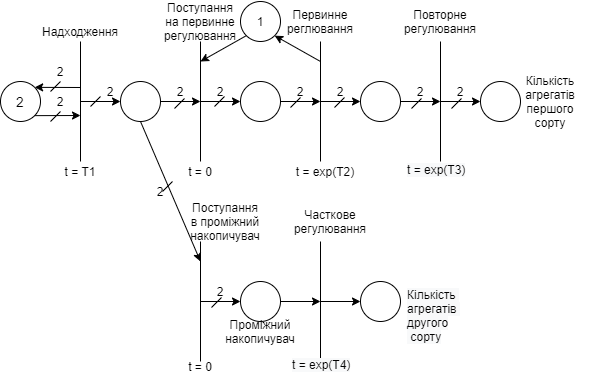
Earlier version of the draw.io export course work schema.png (ojdmytruk/SystemModeling_sem7). Source tidied: cells renumbered, new cells last; positions are measured from the earlier drawing's top-left corner, leaving out a move shared by most shapes.
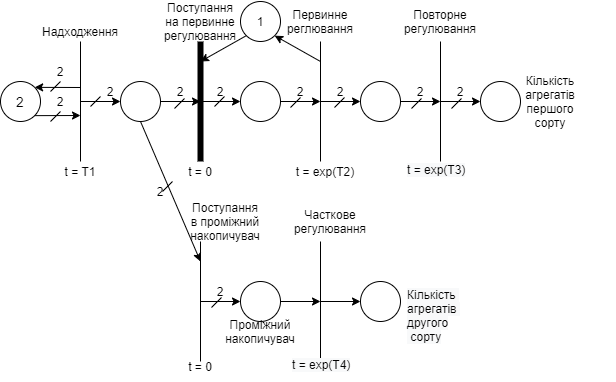
Above is the later version.

Commit message:
поставлен приоритет на перв. регулировку

The edit, as a diff of the source:
```diff
@@ -47,7 +47,7 @@
         <mxPoint x="200" y="100" as="targetPoint" />
       </mxGeometry>
     </mxCell>
-    <mxCell id="11" style="endArrow=none;html=1;" parent="1" edge="1">
+    <mxCell id="11" style="endArrow=none;html=1;strokeWidth=6;" parent="1" edge="1">
       <mxGeometry relative="1" as="geometry">
         <mxPoint x="200" y="160" as="sourcePoint" />
         <mxPoint x="200" y="40" as="targetPoint" />
```
